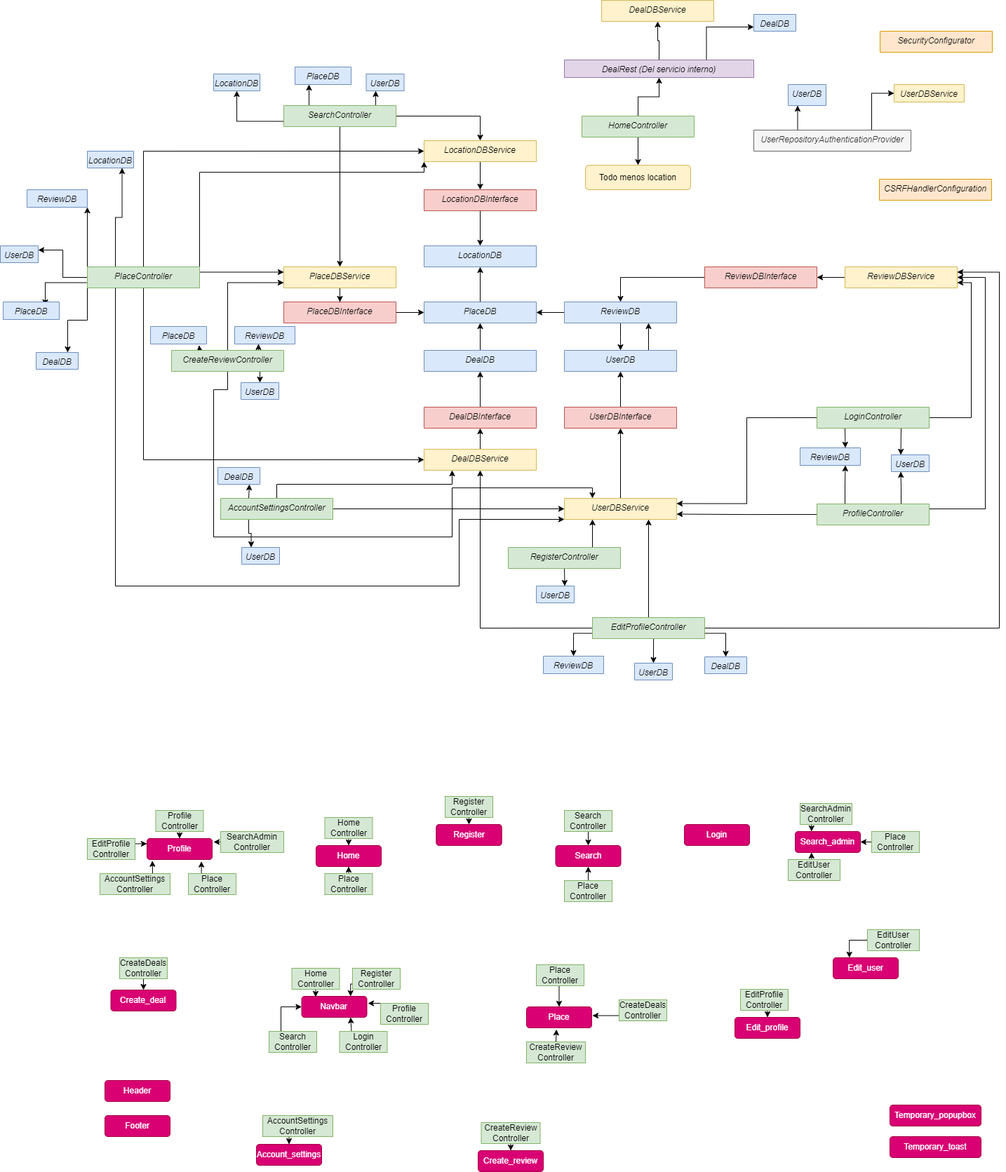
GonzaloLGI/Furry-Advisor keeps this draw.io diagram as Documents/UML_Clases.png. Above is the earlier version. Source tidied: cells renumbered, new cells last; positions are measured from the earlier drawing's top-left corner, leaving out a move shared by most shapes.
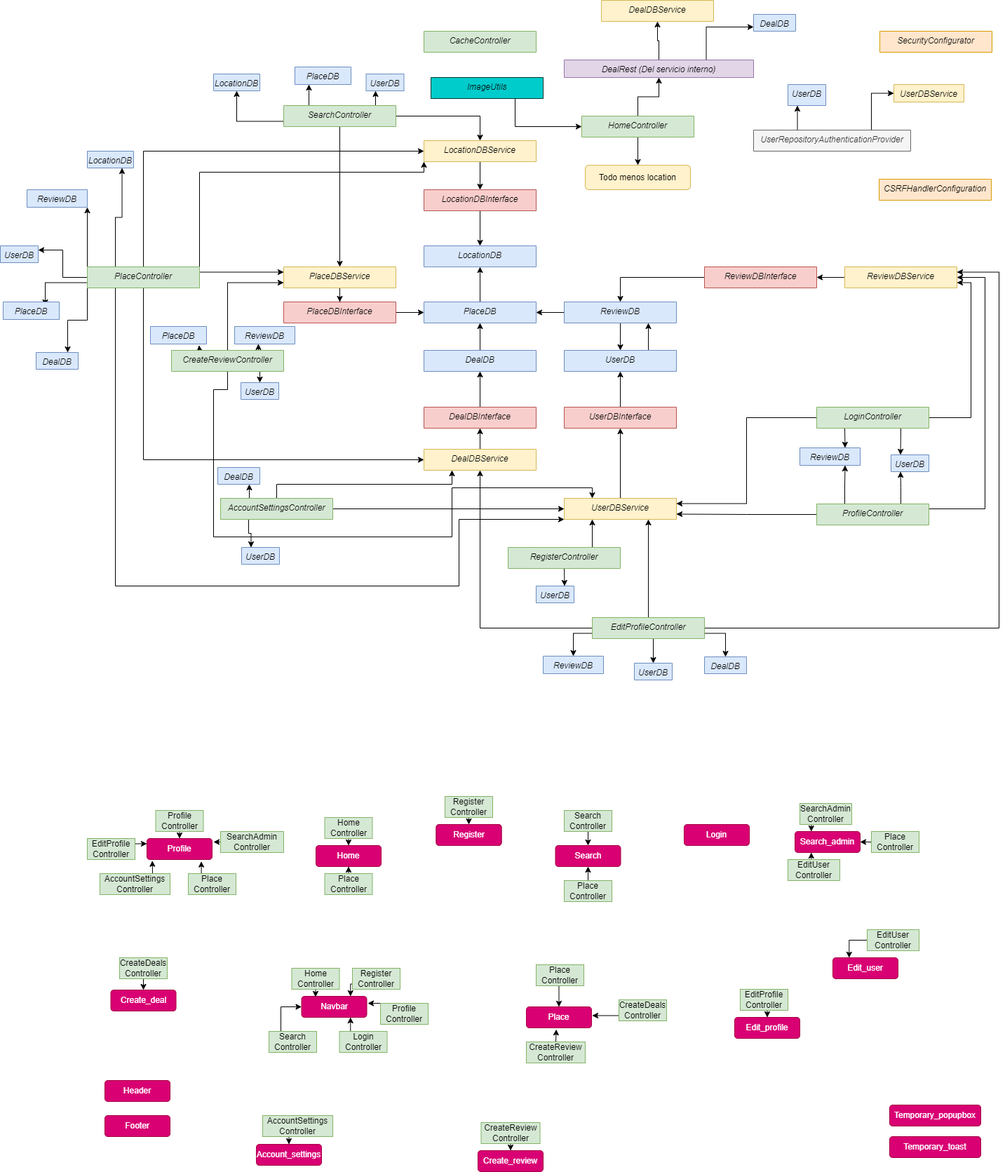
After the commit.

What changed in the source:
```diff
@@ -604,5 +604,14 @@
     <mxCell id="187" value="UserDBService" style="swimlane;fontStyle=2;align=center;verticalAlign=top;horizontal=1;startSize=30;rounded=0;shadow=0;strokeWidth=1;fillColor=#fff2cc;strokeColor=#d6b656;" parent="1" vertex="1">
       <mxGeometry x="1274" y="120" width="100" height="25" as="geometry" />
     </mxCell>
+    <mxCell id="188" value="CacheController" style="swimlane;fontStyle=2;align=center;verticalAlign=top;horizontal=1;startSize=30;rounded=0;shadow=0;strokeWidth=1;fillColor=#d5e8d4;strokeColor=#82b366;" parent="1" vertex="1">
+      <mxGeometry x="604" y="44" width="160" height="30" as="geometry" />
+    </mxCell>
+    <mxCell id="189" style="edgeStyle=orthogonalEdgeStyle;rounded=0;jettySize=auto;html=1;exitX=0.75;exitY=1;exitDx=0;exitDy=0;entryX=0;entryY=0.5;entryDx=0;entryDy=0;" parent="1" edge="1" source="190" target="22">
+      <mxGeometry relative="1" as="geometry" />
+    </mxCell>
+    <mxCell id="190" value="ImageUtils" style="swimlane;fontStyle=2;align=center;verticalAlign=top;horizontal=1;startSize=30;rounded=0;shadow=0;strokeWidth=1;fillColor=#00CCCC;strokeColor=#003333;" parent="1" vertex="1">
+      <mxGeometry x="614" y="110" width="160" height="30" as="geometry" />
+    </mxCell>
   </root>
 </mxGraphModel>
```
